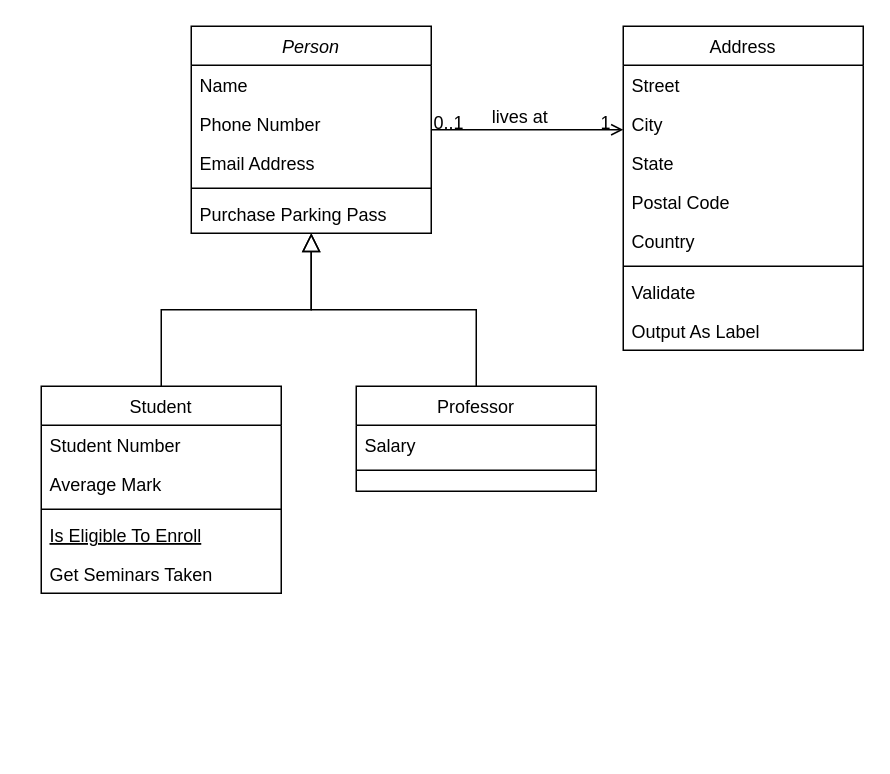
gman2004-spec/Draw.io keeps this draw.io diagram as Cartão Transporte.2.drawio. Above is the earlier version. Source tidied: cells renumbered, new cells numbered last; positions are measured from the earlier drawing's top-left corner, leaving out a move shared by most shapes. Both pictures are drawn from the tidied source at 150%, with x=0, y=0 at pixel (40, 26).
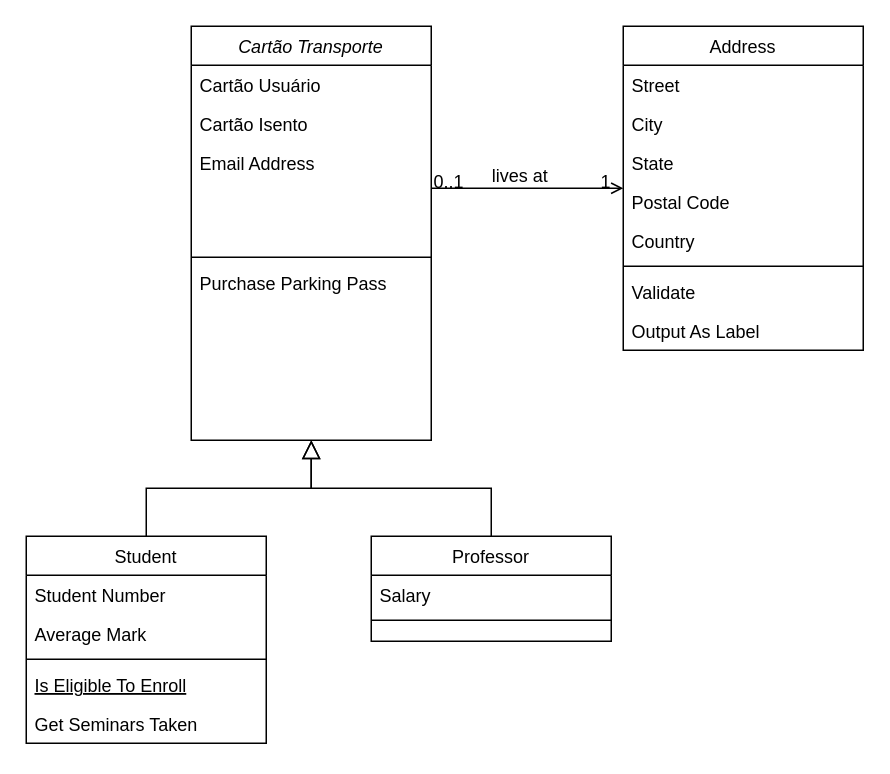
Above is the later version.

Change to the diagram source:
```diff
@@
-    <mxCell id="2" value="Person" style="swimlane;fontStyle=2;align=center;verticalAlign=top;horizontal=1;startSize=26;rounded=0;shadow=0;strokeWidth=1;" parent="1" vertex="1">
-      <mxGeometry x="100" width="160" height="138" as="geometry" />
+    <mxCell id="2" value="Cartão Transporte" style="swimlane;fontStyle=2;align=center;verticalAlign=top;horizontal=1;startSize=26;rounded=0;shadow=0;strokeWidth=1;" parent="1" vertex="1">
+      <mxGeometry x="100" width="160" height="276" as="geometry" />
     </mxCell>
-    <mxCell id="3" value="Name" style="text;align=left;verticalAlign=top;spacingLeft=4;spacingRight=4;overflow=hidden;" parent="2" vertex="1">
+    <mxCell id="3" value="Cartão Usuário" style="text;align=left;verticalAlign=top;spacingLeft=4;spacingRight=4;overflow=hidden;" parent="2" vertex="1">
       <mxGeometry y="26" width="160" height="26" as="geometry" />
     </mxCell>
-    <mxCell id="4" value="Phone Number" style="text;align=left;verticalAlign=top;spacingLeft=4;spacingRight=4;overflow=hidden;rounded=0;shadow=0;html=0;" parent="2" vertex="1">
+    <mxCell id="4" value="Cartão Isento" style="text;align=left;verticalAlign=top;spacingLeft=4;spacingRight=4;overflow=hidden;rounded=0;shadow=0;html=0;" parent="2" vertex="1">
       <mxGeometry y="52" width="160" height="26" as="geometry" />
     </mxCell>
     <mxCell id="5" value="Email Address" style="text;align=left;verticalAlign=top;spacingLeft=4;spacingRight=4;overflow=hidden;rounded=0;shadow=0;html=0;" parent="2" vertex="1">
-      <mxGeometry y="78" width="160" height="26" as="geometry" />
+      <mxGeometry y="78" width="160" height="72" as="geometry" />
     </mxCell>
     <mxCell id="6" style="line;html=1;strokeWidth=1;align=left;verticalAlign=middle;spacingTop=-1;spacingLeft=3;spacingRight=3;labelPosition=right;" parent="2" vertex="1">
-      <mxGeometry y="104" width="160" height="8" as="geometry" />
+      <mxGeometry y="150" width="160" height="8" as="geometry" />
     </mxCell>
     <mxCell id="7" value="Purchase Parking Pass" style="text;align=left;verticalAlign=top;spacingLeft=4;spacingRight=4;overflow=hidden;" parent="2" vertex="1">
-      <mxGeometry y="112" width="160" height="26" as="geometry" />
+      <mxGeometry y="158" width="160" height="118" as="geometry" />
     </mxCell>
     <mxCell id="8" value="Student" style="swimlane;fontStyle=0;align=center;verticalAlign=top;horizontal=1;startSize=26;rounded=0;shadow=0;strokeWidth=1;" parent="1" vertex="1">
-      <mxGeometry y="240" width="160" height="138" as="geometry" />
+      <mxGeometry x="-10" y="340" width="160" height="138" as="geometry" />
     </mxCell>
@@
     <mxCell id="15" value="Professor" style="swimlane;fontStyle=0;align=center;verticalAlign=top;horizontal=1;startSize=26;rounded=0;shadow=0;strokeWidth=1;" parent="1" vertex="1">
-      <mxGeometry x="210" y="240" width="160" height="70" as="geometry" />
+      <mxGeometry x="220" y="340" width="160" height="70" as="geometry" />
     </mxCell>
```
